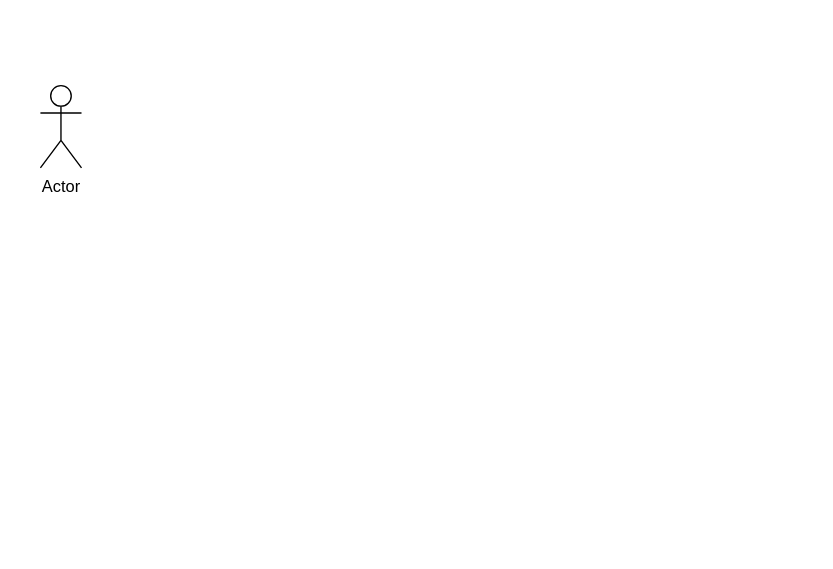
The draw.io diagram docs/uml/UML CASOS DE USO TFG.drawio in MadaoSurmanito/app-tfg, before the edit. Source tidied: cells renumbered, new cells numbered last; positions are measured from the earlier drawing's top-left corner, leaving out a move shared by most shapes. Both pictures are drawn from the tidied source at 137%, with x=0, y=0 at pixel (40, 85).
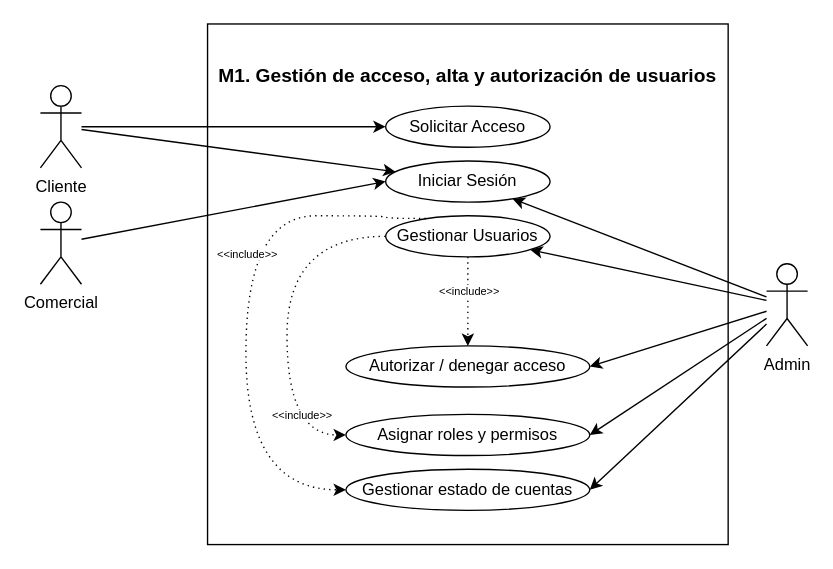
The same diagram, later.

The edit, as a diff of the source:
```diff
@@
+    <mxCell id="3" value="&lt;h1&gt;&lt;font style=&quot;font-size: 14px;&quot;&gt;M1. Gestión de acceso, alta y autorización de usuarios&lt;/font&gt;&lt;/h1&gt;" style="rounded=0;whiteSpace=wrap;html=1;verticalAlign=top;spacing=0;labelPosition=center;verticalLabelPosition=middle;align=center;" parent="1" vertex="1">
+      <mxGeometry x="122" y="-45" width="380" height="380" as="geometry" />
+    </mxCell>
+    <mxCell id="4" style="rounded=0;jettySize=auto;html=1;entryX=0;entryY=0.5;entryDx=0;entryDy=0;" parent="1" edge="1" source="2" target="14">
+      <mxGeometry relative="1" as="geometry" />
+    </mxCell>
+    <mxCell id="5" style="rounded=0;jettySize=auto;html=1;" parent="1" edge="1" source="2" target="15">
+      <mxGeometry relative="1" as="geometry" />
+    </mxCell>
-    <mxCell id="2" value="Actor" style="shape=umlActor;verticalLabelPosition=bottom;verticalAlign=top;html=1;outlineConnect=0;" parent="1" vertex="1">
+    <mxCell id="2" value="Cliente" style="shape=umlActor;verticalLabelPosition=bottom;verticalAlign=top;html=1;outlineConnect=0;" parent="1" vertex="1">
       <mxGeometry width="30" height="60" as="geometry" />
     </mxCell>
+    <mxCell id="6" style="rounded=0;jettySize=auto;html=1;entryX=0;entryY=0.5;entryDx=0;entryDy=0;" parent="1" edge="1" source="7" target="15">
+      <mxGeometry relative="1" as="geometry" />
+    </mxCell>
+    <mxCell id="7" value="Comercial" style="shape=umlActor;verticalLabelPosition=bottom;verticalAlign=top;html=1;outlineConnect=0;" parent="1" vertex="1">
+      <mxGeometry y="85" width="30" height="60" as="geometry" />
+    </mxCell>
+    <mxCell id="8" style="rounded=0;jettySize=auto;html=1;" parent="1" edge="1" source="13" target="15">
+      <mxGeometry relative="1" as="geometry" />
+    </mxCell>
+    <mxCell id="9" style="rounded=0;jettySize=auto;html=1;" parent="1" edge="1" source="13" target="16">
+      <mxGeometry relative="1" as="geometry" />
+    </mxCell>
+    <mxCell id="10" style="rounded=0;jettySize=auto;html=1;entryX=1;entryY=0.5;entryDx=0;entryDy=0;" parent="1" edge="1" source="13" target="17">
+      <mxGeometry relative="1" as="geometry" />
+    </mxCell>
+    <mxCell id="11" style="rounded=0;jettySize=auto;html=1;entryX=1;entryY=0.5;entryDx=0;entryDy=0;" parent="1" edge="1" source="13" target="18">
+      <mxGeometry relative="1" as="geometry" />
+    </mxCell>
+    <mxCell id="12" style="rounded=0;jettySize=auto;html=1;entryX=1;entryY=0.5;entryDx=0;entryDy=0;" parent="1" edge="1" source="13" target="19">
+      <mxGeometry relative="1" as="geometry" />
+    </mxCell>
+    <mxCell id="13" value="Admin" style="shape=umlActor;verticalLabelPosition=bottom;verticalAlign=top;html=1;outlineConnect=0;" parent="1" vertex="1">
+      <mxGeometry x="530" y="130" width="30" height="60" as="geometry" />
+    </mxCell>
+    <mxCell id="14" value="Solicitar Acceso" style="ellipse;whiteSpace=wrap;html=1;" parent="1" vertex="1">
+      <mxGeometry x="252" y="15" width="120" height="30" as="geometry" />
+    </mxCell>
+    <mxCell id="15" value="Iniciar Sesión" style="ellipse;whiteSpace=wrap;html=1;" parent="1" vertex="1">
+      <mxGeometry x="252" y="55" width="120" height="30" as="geometry" />
+    </mxCell>
+    <mxCell id="16" value="Gestionar Usuarios" style="ellipse;whiteSpace=wrap;html=1;" parent="1" vertex="1">
+      <mxGeometry x="252" y="95" width="120" height="30" as="geometry" />
+    </mxCell>
+    <mxCell id="17" value="Autorizar / denegar acceso" style="ellipse;whiteSpace=wrap;html=1;" parent="1" vertex="1">
+      <mxGeometry x="223" y="190" width="178" height="30" as="geometry" />
+    </mxCell>
+    <mxCell id="18" value="Asignar roles y permisos" style="ellipse;whiteSpace=wrap;html=1;" parent="1" vertex="1">
+      <mxGeometry x="223" y="240" width="178" height="30" as="geometry" />
+    </mxCell>
+    <mxCell id="19" value="Gestionar estado de cuentas" style="ellipse;whiteSpace=wrap;html=1;" parent="1" vertex="1">
+      <mxGeometry x="223" y="280" width="178" height="30" as="geometry" />
+    </mxCell>
+    <mxCell id="20" style="endArrow=classic;dashed=1;html=1;dashPattern=1 3;strokeWidth=1;rounded=0;exitX=0.5;exitY=1;exitDx=0;exitDy=0;entryX=0.5;entryY=0;entryDx=0;entryDy=0;endFill=1;startSize=4;endSize=6;" parent="1" edge="1" source="16" target="17">
+      <mxGeometry relative="1" as="geometry" />
+    </mxCell>
+    <mxCell id="21" value="&amp;lt;&amp;lt;include&amp;gt;&amp;gt;" style="edgeLabel;html=1;align=center;verticalAlign=middle;fontSize=8;" parent="20" vertex="1">
+      <mxGeometry x="-0.26" relative="1" as="geometry" />
+    </mxCell>
+    <mxCell id="22" style="endArrow=classic;dashed=1;html=1;dashPattern=1 3;strokeWidth=1;rounded=0;exitX=0;exitY=0.5;exitDx=0;exitDy=0;entryX=0;entryY=0.5;entryDx=0;entryDy=0;endFill=1;startSize=4;endSize=6;edgeStyle=orthogonalEdgeStyle;curved=1;" parent="1" edge="1" source="16" target="18">
+      <mxGeometry relative="1" as="geometry">
+        <Array as="points">
+          <mxPoint x="180" y="110" />
+          <mxPoint x="180" y="255" />
+        </Array>
+      </mxGeometry>
+    </mxCell>
+    <mxCell id="23" value="&amp;lt;&amp;lt;include&amp;gt;&amp;gt;" style="edgeLabel;html=1;align=center;verticalAlign=middle;fontSize=8;" parent="22" vertex="1">
+      <mxGeometry x="-0.26" relative="1" as="geometry">
+        <mxPoint x="10" y="106" as="offset" />
+      </mxGeometry>
+    </mxCell>
+    <mxCell id="24" style="endArrow=classic;dashed=1;html=1;dashPattern=1 3;strokeWidth=1;rounded=0;exitX=0.245;exitY=0.065;exitDx=0;exitDy=0;entryX=0;entryY=0.5;entryDx=0;entryDy=0;endFill=1;startSize=4;endSize=6;edgeStyle=orthogonalEdgeStyle;curved=1;exitPerimeter=0;" parent="1" edge="1" source="16" target="19">
+      <mxGeometry relative="1" as="geometry">
+        <Array as="points">
+          <mxPoint x="252" y="97" />
+          <mxPoint x="252" y="95" />
+          <mxPoint x="150" y="95" />
+          <mxPoint x="150" y="295" />
+        </Array>
+      </mxGeometry>
+    </mxCell>
+    <mxCell id="25" value="&amp;lt;&amp;lt;include&amp;gt;&amp;gt;" style="edgeLabel;html=1;align=center;verticalAlign=middle;fontSize=8;" parent="24" vertex="1">
+      <mxGeometry x="-0.26" relative="1" as="geometry">
+        <mxPoint y="11" as="offset" />
+      </mxGeometry>
+    </mxCell>
```
